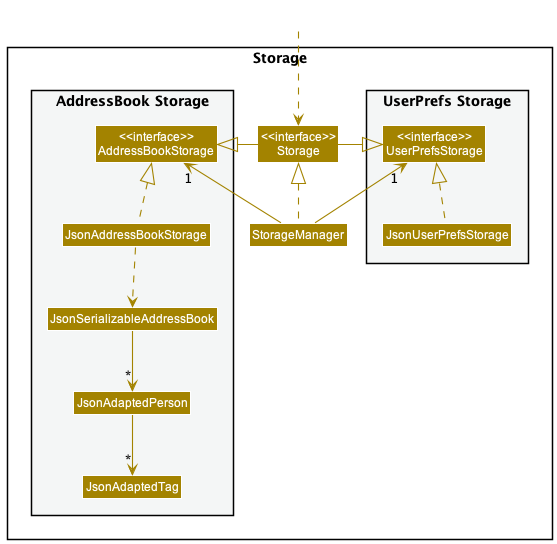
Above: docs/images/StorageClassDiagram.png in nus-cs2103-AY2223S2/tp (PlantUML), before the change.
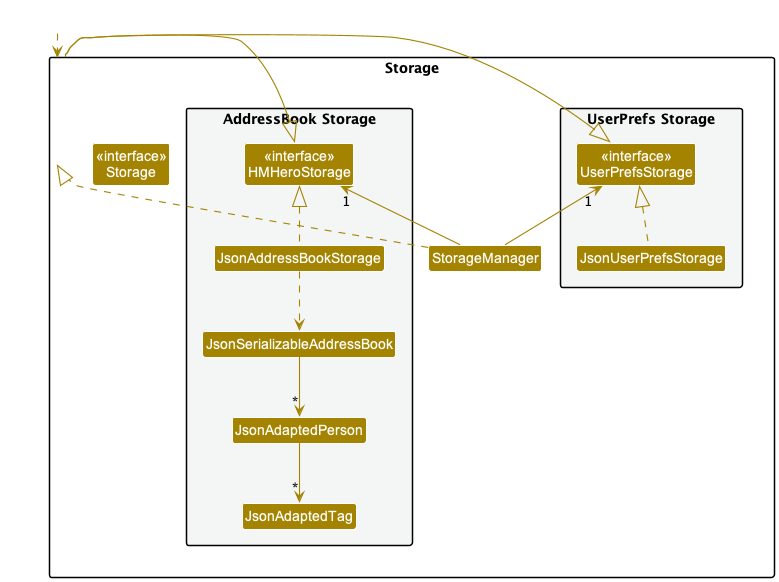
Above is the later version.

The edit, as a diff of the source:
```diff
@@ -15,7 +15,7 @@
 Class StorageManager
 
 package "AddressBook Storage" #F4F6F6{
-Class "<<interface>>\nAddressBookStorage" as AddressBookStorage
+Class "<<interface>>\nHMHeroStorage" as HMHeroStorage
 Class JsonAddressBookStorage
 Class JsonSerializableAddressBook
 Class JsonAdaptedPerson
@@ -29,13 +29,13 @@
 
 StorageManager .up.|> Storage
 StorageManager -up-> "1" UserPrefsStorage
-StorageManager -up-> "1" AddressBookStorage
+StorageManager -up-> "1" HMHeroStorage
 
 Storage -left-|> UserPrefsStorage
-Storage -right-|> AddressBookStorage
+Storage -right-|> HMHeroStorage
 
 JsonUserPrefsStorage .up.|> UserPrefsStorage
-JsonAddressBookStorage .up.|> AddressBookStorage
+JsonAddressBookStorage .up.|> HMHeroStorage
 JsonAddressBookStorage ..> JsonSerializableAddressBook
 JsonSerializableAddressBook --> "*" JsonAdaptedPerson
 JsonAdaptedPerson --> "*" JsonAdaptedTag
```
